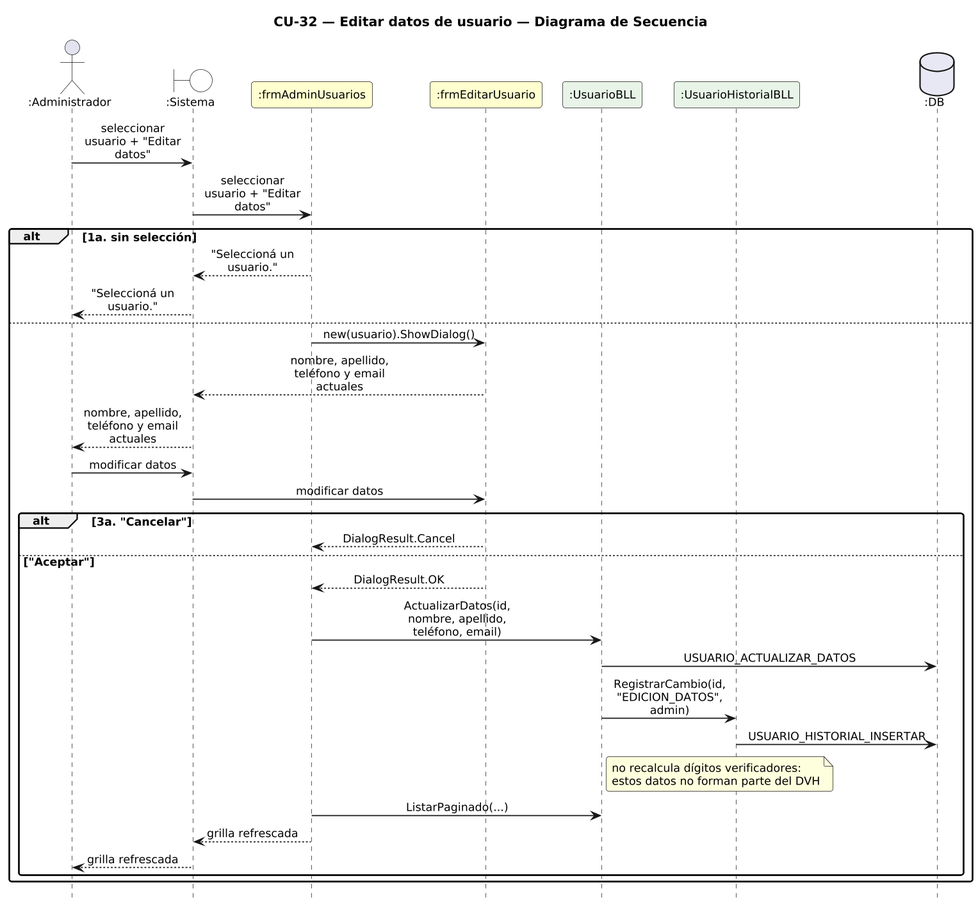
Earlier version of the PlantUML export DIAGRAMAS/DiagramaSecuencia_CU32_EditarDatosUsuario.png (Urrels/ingenieria_software).
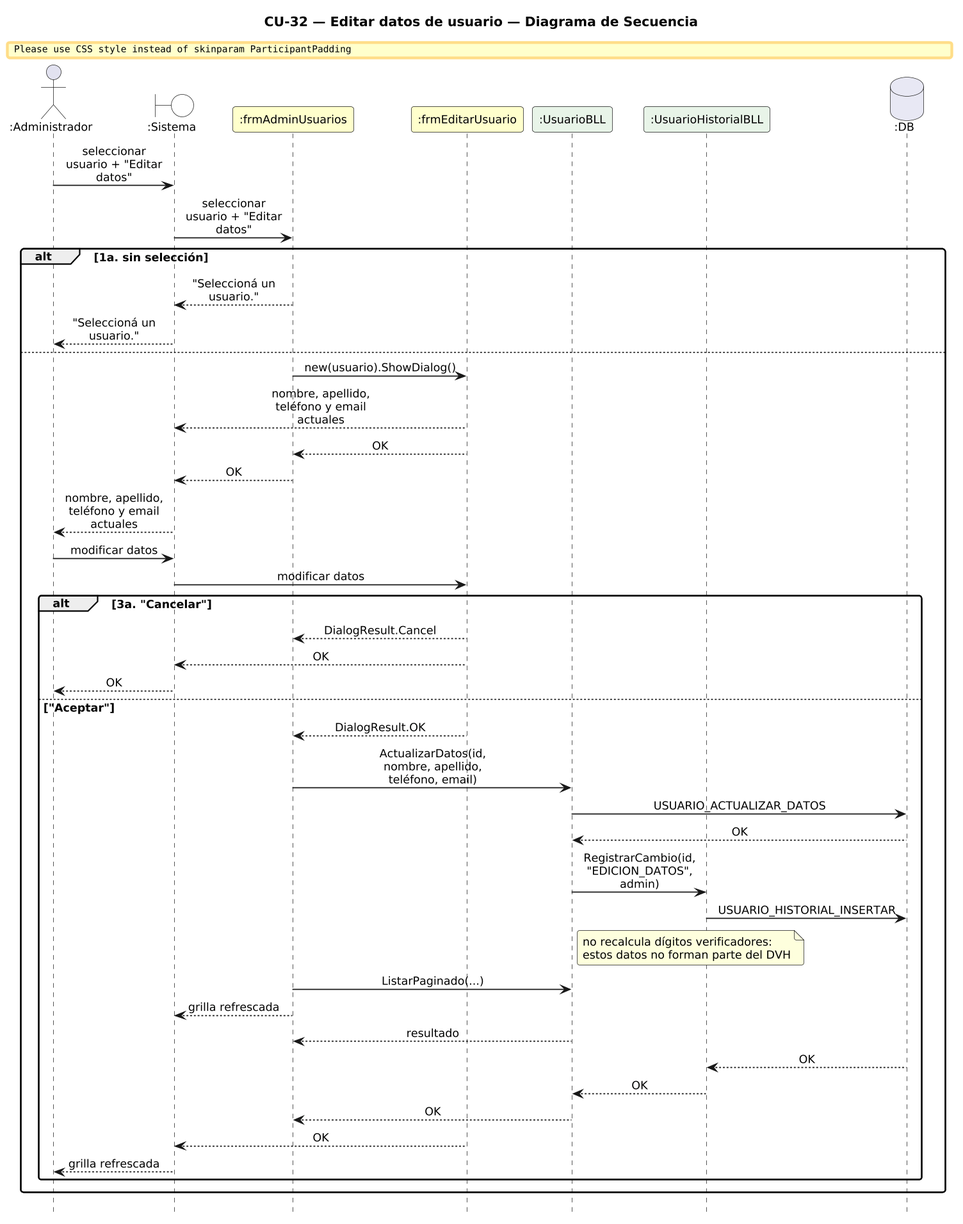
Above is the later version.

Change to the diagram source:
```diff
@@ -29,20 +29,30 @@
 else
   F -> E : new(usuario).ShowDialog()
   E --> SYS : nombre, apellido, teléfono y email actuales
+  E --> F : OK
+  F --> SYS : OK
   SYS --> A : nombre, apellido, teléfono y email actuales
   A -> SYS : modificar datos
   SYS -> E : modificar datos
   alt 3a. "Cancelar"
     E --> F : DialogResult.Cancel
+    E --> SYS : OK
+    SYS --> A : OK
   else "Aceptar"
     E --> F : DialogResult.OK
     F -> B : ActualizarDatos(id, nombre, apellido, teléfono, email)
     B -> DB : USUARIO_ACTUALIZAR_DATOS
+    DB --> B : OK
     B -> HB : RegistrarCambio(id, "EDICION_DATOS", admin)
     HB -> DB : USUARIO_HISTORIAL_INSERTAR
     note right of B : no recalcula dígitos verificadores:\nestos datos no forman parte del DVH
     F -> B : ListarPaginado(...)
     F --> SYS : grilla refrescada
+    B --> F : resultado
+    DB --> HB : OK
+    HB --> B : OK
+    B --> F : OK
+    E --> SYS : OK
     SYS --> A : grilla refrescada
   end
 end
```
